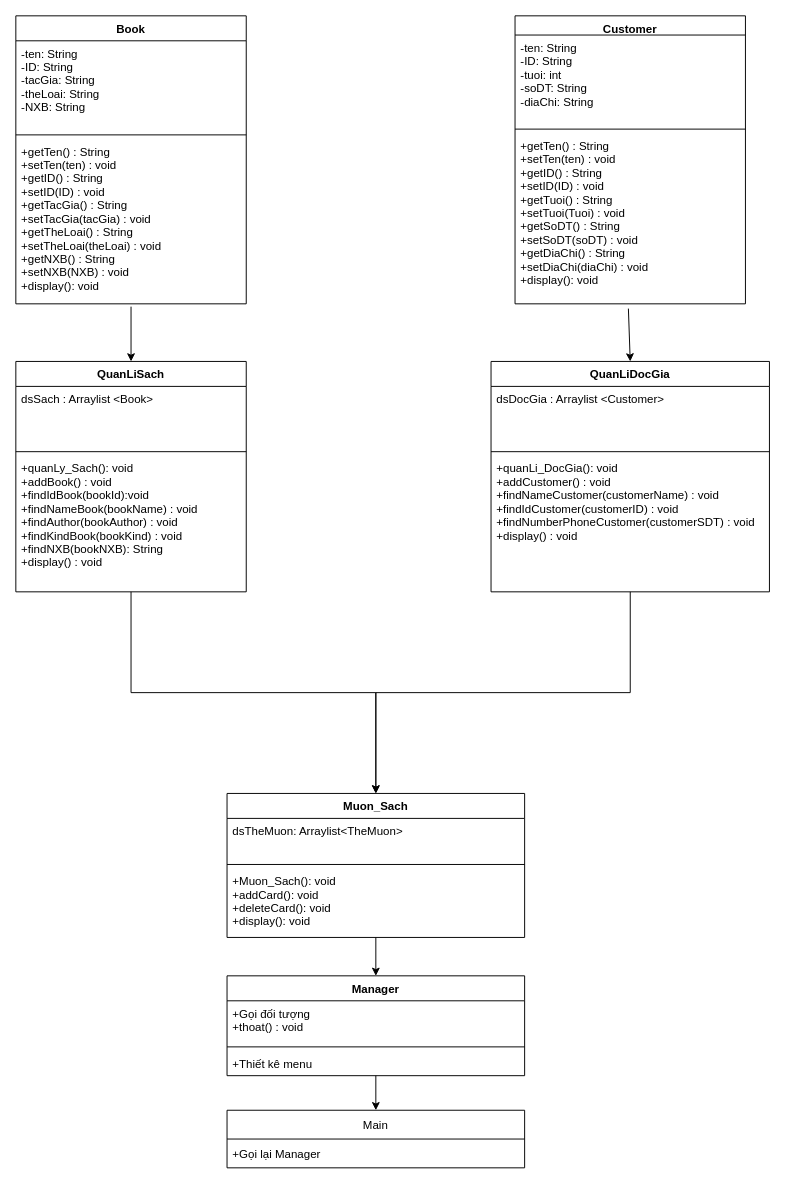
This is Untitled Diagram.drawio from Graphene101102/JAVLibrary, a draw.io file, before an edit. Source tidied: cells renumbered, new cells numbered last; positions are measured from the earlier drawing's top-left corner, leaving out a move shared by most shapes. Both pictures are drawn from the tidied source at 96%, with x=0, y=0 at pixel (15, 15).
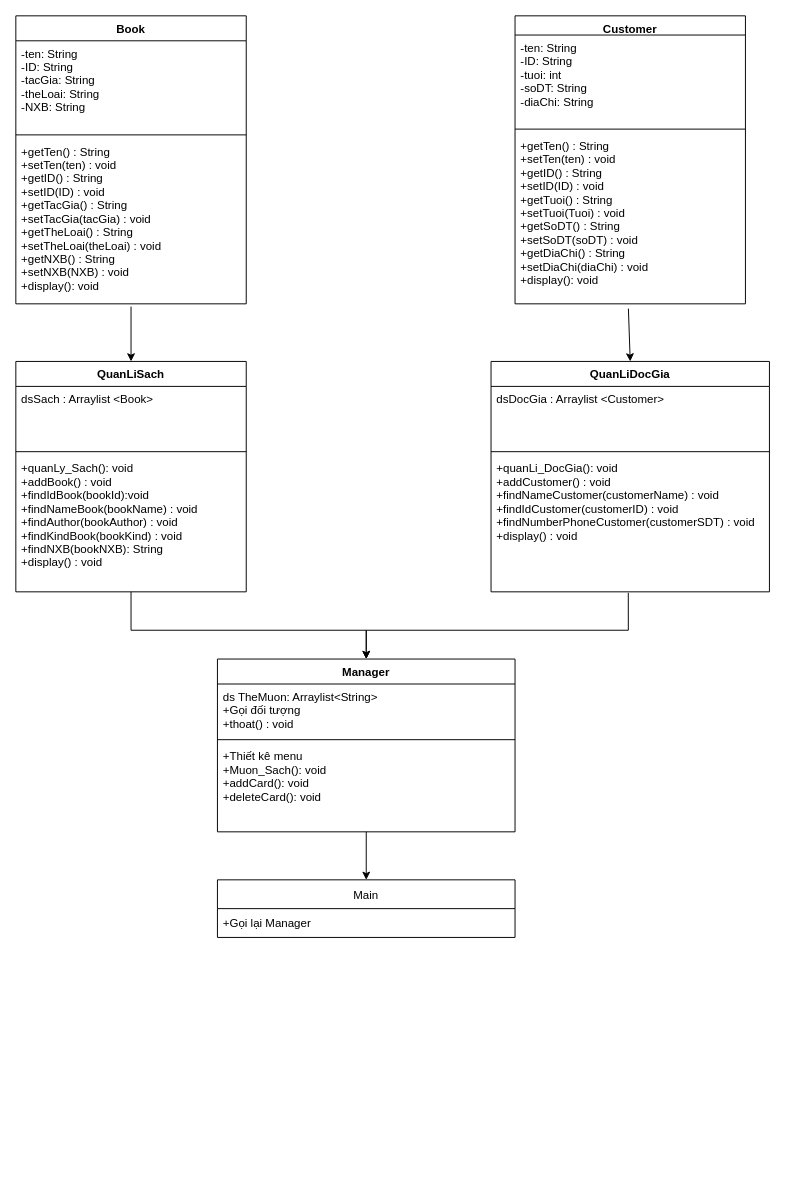
Above is the later version.

Unchanged cells that the change refers to:
```xml
<mxCell id="11" value="QuanLiDocGia" style="swimlane;fontStyle=1;align=center;verticalAlign=top;horizontal=1;startSize=26;" parent="1" vertex="1">
  <mxGeometry x="495" y="360" width="290" height="240" as="geometry" />
</mxCell>
<mxCell id="14" value="+quanLi_DocGia(): void&#10;+addCustomer() : void&#10;+findNameCustomer(customerName) : void&#10;+findIdCustomer(customerID) : void&#10;+findNumberPhoneCustomer(customerSDT) : void&#10;+display() : void&#10;" style="text;strokeColor=none;fillColor=none;align=left;verticalAlign=top;spacingLeft=4;spacingRight=4;overflow=hidden;points=[[0,0.5],[1,0.5]];portConstraint=eastwest;" parent="11" vertex="1">
  <mxGeometry y="98" width="290" height="142" as="geometry" />
</mxCell>
<mxCell id="16" value="QuanLiSach" style="swimlane;fontStyle=1;align=center;verticalAlign=top;horizontal=1;startSize=26;" parent="1" vertex="1">
  <mxGeometry y="360" width="240" height="240" as="geometry" />
</mxCell>
```

Diff of the diagram source:
```diff
@@
-    <mxCell id="10" style="edgeStyle=orthogonalEdgeStyle;rounded=0;jettySize=auto;html=1;entryX=0.5;entryY=0;entryDx=0;entryDy=0;" parent="1" edge="1" source="11" target="20">
-      <mxGeometry relative="1" as="geometry" />
-    </mxCell>
@@
-    <mxCell id="15" style="edgeStyle=orthogonalEdgeStyle;rounded=0;jettySize=auto;html=1;entryX=0.5;entryY=0;entryDx=0;entryDy=0;" parent="1" edge="1" source="16" target="20">
-      <mxGeometry relative="1" as="geometry" />
+    <mxCell id="15" style="edgeStyle=orthogonalEdgeStyle;rounded=0;jettySize=auto;html=1;entryX=0.5;entryY=0;entryDx=0;entryDy=0;" parent="1" edge="1" source="16" target="27">
+      <mxGeometry relative="1" as="geometry">
+        <Array as="points">
+          <mxPoint x="120" y="640" />
+          <mxPoint x="365" y="640" />
+        </Array>
+      </mxGeometry>
     </mxCell>
@@
-    <mxCell id="20" value="Muon_Sach" style="swimlane;fontStyle=1;align=center;verticalAlign=top;horizontal=1;startSize=26;" parent="1" vertex="1">
-      <mxGeometry x="220" y="810" width="310" height="150" as="geometry" />
-    </mxCell>
-    <mxCell id="21" value="dsTheMuon: Arraylist&lt;TheMuon&gt;" style="text;strokeColor=none;fillColor=none;align=left;verticalAlign=top;spacingLeft=4;spacingRight=4;overflow=hidden;" parent="20" vertex="1">
-      <mxGeometry y="26" width="310" height="44" as="geometry" />
-    </mxCell>
-    <mxCell id="22" style="line;strokeWidth=1;fillColor=none;align=left;verticalAlign=middle;spacingTop=-1;spacingLeft=3;spacingRight=3;labelPosition=right;" parent="20" vertex="1">
-      <mxGeometry y="70" width="310" height="8" as="geometry" />
-    </mxCell>
-    <mxCell id="23" value="+Muon_Sach(): void&#10;+addCard(): void&#10;+deleteCard(): void&#10;+display(): void" style="text;strokeColor=none;fillColor=none;align=left;verticalAlign=top;spacingLeft=4;spacingRight=4;overflow=hidden;points=[[0,0.5],[1,0.5]];portConstraint=eastwest;" parent="20" vertex="1">
-      <mxGeometry y="78" width="310" height="72" as="geometry" />
-    </mxCell>
@@
     <mxCell id="25" value="Main" style="swimlane;fontStyle=0;horizontal=1;startSize=30;" parent="1" vertex="1">
-      <mxGeometry x="220" y="1140" width="310" height="60" as="geometry" />
+      <mxGeometry x="210" y="900" width="310" height="60" as="geometry" />
     </mxCell>
@@
     <mxCell id="27" value="Manager" style="swimlane;fontStyle=1;align=center;verticalAlign=top;horizontal=1;startSize=26;" parent="1" vertex="1">
-      <mxGeometry x="220" y="1000" width="310" height="104" as="geometry" />
+      <mxGeometry x="210" y="670" width="310" height="180" as="geometry" />
     </mxCell>
-    <mxCell id="28" value="+Gọi đối tượng &#10;+thoat() : void" style="text;strokeColor=none;fillColor=none;align=left;verticalAlign=top;spacingLeft=4;spacingRight=4;overflow=hidden;" parent="27" vertex="1">
-      <mxGeometry y="26" width="310" height="44" as="geometry" />
+    <mxCell id="28" value="ds TheMuon: Arraylist&lt;String&gt;&#10;+Gọi đối tượng &#10;+thoat() : void&#10;" style="text;strokeColor=none;fillColor=none;align=left;verticalAlign=top;spacingLeft=4;spacingRight=4;overflow=hidden;" parent="27" vertex="1">
+      <mxGeometry y="26" width="310" height="54" as="geometry" />
     </mxCell>
     <mxCell id="29" style="line;strokeWidth=1;fillColor=none;align=left;verticalAlign=middle;spacingTop=-1;spacingLeft=3;spacingRight=3;labelPosition=right;" parent="27" vertex="1">
-      <mxGeometry y="70" width="310" height="8" as="geometry" />
+      <mxGeometry y="80" width="310" height="8" as="geometry" />
     </mxCell>
-    <mxCell id="30" value="+Thiết kê menu&#10;" style="text;strokeColor=none;fillColor=none;align=left;verticalAlign=top;spacingLeft=4;spacingRight=4;overflow=hidden;points=[[0,0.5],[1,0.5]];portConstraint=eastwest;" parent="27" vertex="1">
-      <mxGeometry y="78" width="310" height="26" as="geometry" />
+    <mxCell id="30" value="+Thiết kê menu&#10;+Muon_Sach(): void&#10;+addCard(): void&#10;+deleteCard(): void" style="text;strokeColor=none;fillColor=none;align=left;verticalAlign=top;spacingLeft=4;spacingRight=4;overflow=hidden;points=[[0,0.5],[1,0.5]];portConstraint=eastwest;" parent="27" vertex="1">
+      <mxGeometry y="88" width="310" height="92" as="geometry" />
     </mxCell>
-    <mxCell id="31" style="endArrow=classic;html=1;rounded=0;entryX=0.5;entryY=0;entryDx=0;entryDy=0;exitX=0.5;exitY=1;exitDx=0;exitDy=0;exitPerimeter=0;" parent="1" edge="1" source="23" target="27">
-      <mxGeometry relative="1" as="geometry" />
-    </mxCell>
@@
+    <mxCell id="34" style="endArrow=classic;html=1;rounded=0;exitX=0.493;exitY=1.007;exitDx=0;exitDy=0;exitPerimeter=0;entryX=0.5;entryY=0;entryDx=0;entryDy=0;" parent="1" edge="1" source="14" target="27">
+      <mxGeometry relative="1" as="geometry">
+        <Array as="points">
+          <mxPoint x="638" y="640" />
+          <mxPoint x="365" y="640" />
+        </Array>
+      </mxGeometry>
+    </mxCell>
```
